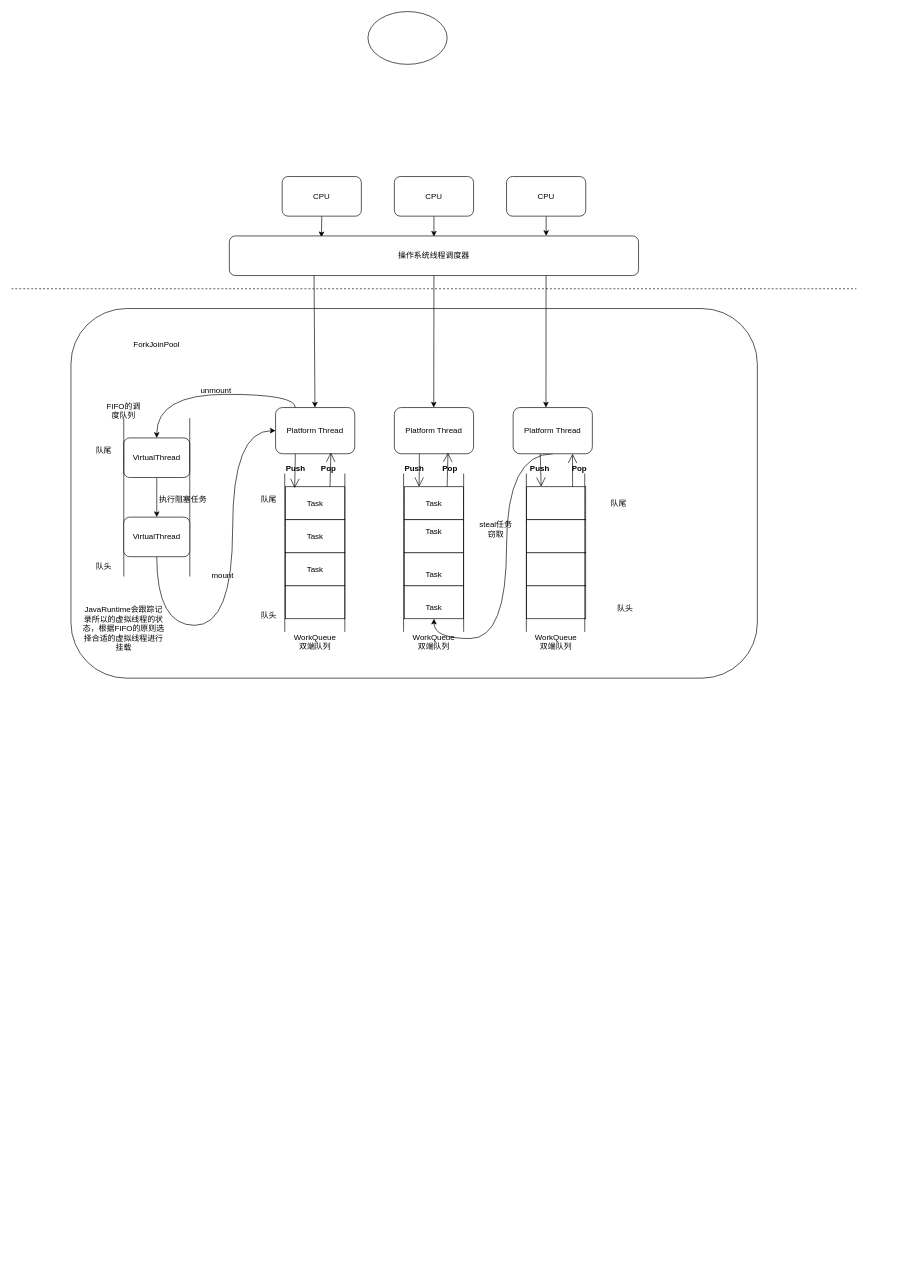
This is 高级/Java中的协程-虚拟线程.drawio from Chaimek/LearnPictures, a draw.io file, before an edit. Source tidied: cells renumbered, new cells numbered last; positions are measured from the earlier drawing's top-left corner, leaving out a move shared by most shapes. Both pictures are drawn from the tidied source at 66%, with x=0, y=0 at pixel (11, 11).
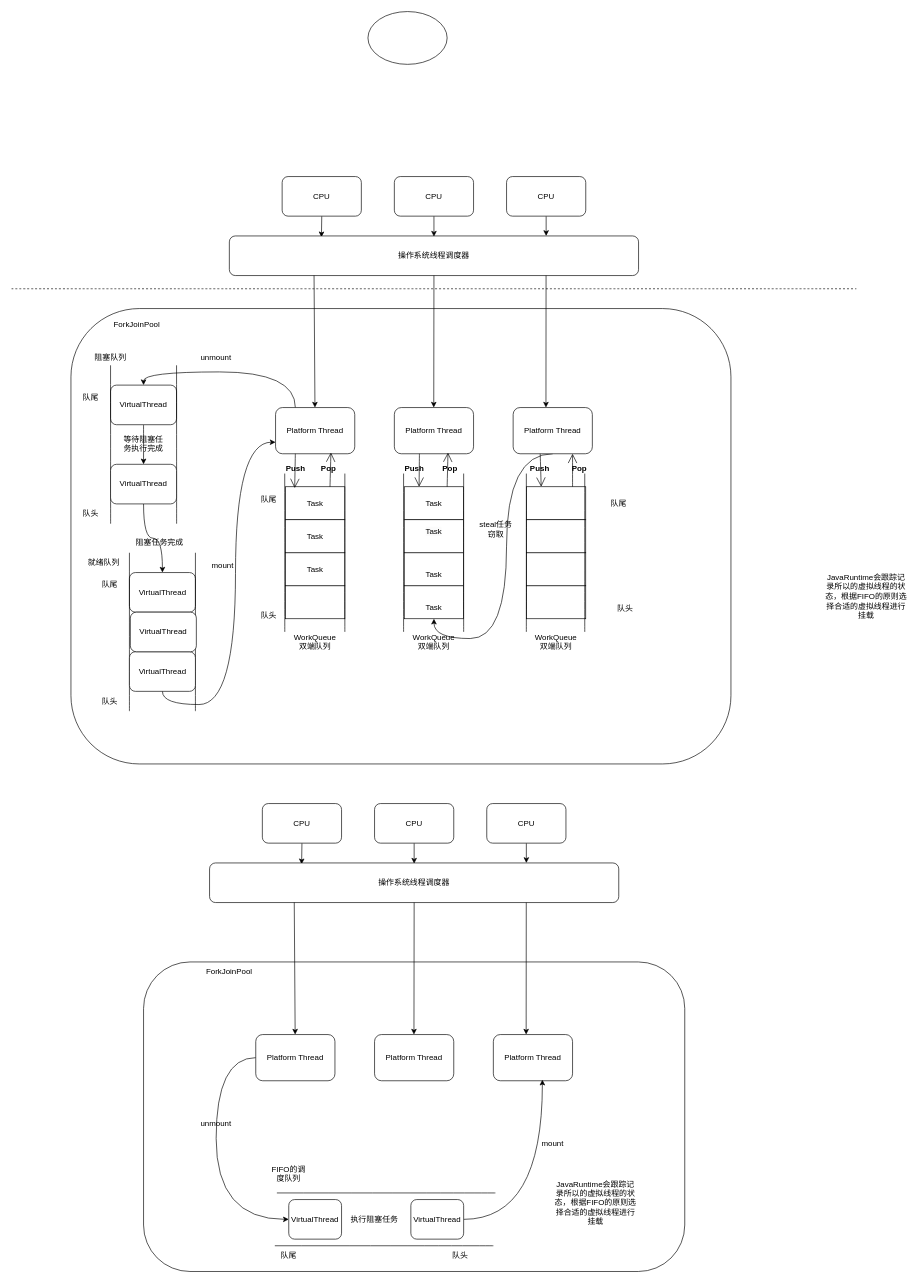
The same diagram, later.

Commit message:
更新Java中的协程-虚拟线程.drawio

The change refers to these unchanged cells:
```xml
<mxCell id="11" value="Platform Thread" style="rounded=1;whiteSpace=wrap;html=1;" parent="1" vertex="1">
  <mxGeometry x="400" y="600" width="120" height="70" as="geometry" />
</mxCell>
```

Diff of the diagram source:
```diff
@@
     <mxCell id="9" style="rounded=1;whiteSpace=wrap;html=1;" parent="1" vertex="1">
-      <mxGeometry x="90" y="450" width="1040" height="560" as="geometry" />
+      <mxGeometry x="90" y="450" width="1000" height="690" as="geometry" />
     </mxCell>
@@
     <mxCell id="30" value="ForkJoinPool" style="text;html=1;strokeColor=none;fillColor=none;align=center;verticalAlign=middle;whiteSpace=wrap;rounded=0;" parent="1" vertex="1">
-      <mxGeometry x="190" y="490" width="60" height="30" as="geometry" />
+      <mxGeometry x="160" y="460" width="60" height="30" as="geometry" />
     </mxCell>
@@
     <mxCell id="56" value="VirtualThread" style="rounded=1;whiteSpace=wrap;html=1;" parent="1" vertex="1">
-      <mxGeometry x="170" y="646" width="100" height="60" as="geometry" />
+      <mxGeometry x="150" y="566" width="100" height="60" as="geometry" />
     </mxCell>
     <mxCell id="57" style="endArrow=none;html=1;rounded=0;curved=1;" parent="1" edge="1">
       <mxGeometry relative="1" as="geometry">
-        <mxPoint x="170.1" y="856" as="sourcePoint" />
-        <mxPoint x="170" y="616" as="targetPoint" />
+        <mxPoint x="150.1" y="776" as="sourcePoint" />
+        <mxPoint x="150" y="536" as="targetPoint" />
       </mxGeometry>
     </mxCell>
     <mxCell id="58" style="endArrow=none;html=1;rounded=0;curved=1;" parent="1" edge="1">
       <mxGeometry relative="1" as="geometry">
-        <mxPoint x="270.1" y="856" as="sourcePoint" />
-        <mxPoint x="270" y="616" as="targetPoint" />
+        <mxPoint x="250.1" y="776" as="sourcePoint" />
+        <mxPoint x="250" y="536" as="targetPoint" />
       </mxGeometry>
     </mxCell>
-    <mxCell id="59" style="edgeStyle=orthogonalEdgeStyle;curved=1;rounded=0;jettySize=auto;html=1;exitX=0.5;exitY=1;exitDx=0;exitDy=0;entryX=0;entryY=0.5;entryDx=0;entryDy=0;" parent="1" edge="1" source="60" target="11">
-      <mxGeometry relative="1" as="geometry">
-        <Array as="points">
-          <mxPoint x="220" y="930" />
-          <mxPoint x="335" y="930" />
-          <mxPoint x="335" y="635" />
-        </Array>
-      </mxGeometry>
-    </mxCell>
+    <mxCell id="72" style="edgeStyle=orthogonalEdgeStyle;curved=1;rounded=0;jettySize=auto;html=1;exitX=0.5;exitY=1;exitDx=0;exitDy=0;entryX=0.5;entryY=0;entryDx=0;entryDy=0;" parent="1" edge="1" source="60" target="101">
+      <mxGeometry relative="1" as="geometry" />
+    </mxCell>
     <mxCell id="60" value="VirtualThread" style="rounded=1;whiteSpace=wrap;html=1;" parent="1" vertex="1">
-      <mxGeometry x="170" y="766" width="100" height="60" as="geometry" />
+      <mxGeometry x="150" y="686" width="100" height="60" as="geometry" />
     </mxCell>
-    <mxCell id="61" value="FIFO的调度队列" style="text;html=1;strokeColor=none;fillColor=none;align=center;verticalAlign=middle;whiteSpace=wrap;rounded=0;" parent="1" vertex="1">
-      <mxGeometry x="140" y="590" width="60" height="30" as="geometry" />
+    <mxCell id="61" value="阻塞队列" style="text;html=1;strokeColor=none;fillColor=none;align=center;verticalAlign=middle;whiteSpace=wrap;rounded=0;" parent="1" vertex="1">
+      <mxGeometry x="120" y="510" width="60" height="30" as="geometry" />
     </mxCell>
     <mxCell id="62" value="mount" style="text;html=1;strokeColor=none;fillColor=none;align=center;verticalAlign=middle;whiteSpace=wrap;rounded=0;" parent="1" vertex="1">
-      <mxGeometry x="290" y="840" width="60" height="30" as="geometry" />
+      <mxGeometry x="290" y="824" width="60" height="30" as="geometry" />
     </mxCell>
     <mxCell id="63" value="unmount" style="text;html=1;strokeColor=none;fillColor=none;align=center;verticalAlign=middle;whiteSpace=wrap;rounded=0;" parent="1" vertex="1">
-      <mxGeometry x="280" y="560" width="60" height="30" as="geometry" />
+      <mxGeometry x="280" y="510" width="60" height="30" as="geometry" />
     </mxCell>
     <mxCell id="64" value="队头" style="text;html=1;strokeColor=none;fillColor=none;align=center;verticalAlign=middle;whiteSpace=wrap;rounded=0;" parent="1" vertex="1">
-      <mxGeometry x="110" y="826" width="60" height="30" as="geometry" />
+      <mxGeometry x="90" y="746" width="60" height="30" as="geometry" />
     </mxCell>
     <mxCell id="65" value="队尾" style="text;html=1;strokeColor=none;fillColor=none;align=center;verticalAlign=middle;whiteSpace=wrap;rounded=0;" parent="1" vertex="1">
-      <mxGeometry x="110" y="650" width="60" height="30" as="geometry" />
+      <mxGeometry x="90" y="570" width="60" height="30" as="geometry" />
     </mxCell>
-    <mxCell id="66" value="执行阻塞任务" style="text;html=1;strokeColor=none;fillColor=none;align=center;verticalAlign=middle;whiteSpace=wrap;rounded=0;" parent="1" vertex="1">
-      <mxGeometry x="210" y="725" width="100" height="30" as="geometry" />
+    <mxCell id="66" value="等待阻塞任&lt;br&gt;务执行完成" style="text;html=1;strokeColor=none;fillColor=none;align=center;verticalAlign=middle;whiteSpace=wrap;rounded=0;" parent="1" vertex="1">
+      <mxGeometry x="150" y="640" width="100" height="30" as="geometry" />
     </mxCell>
     <mxCell id="67" value="JavaRuntime会跟踪记录所以的虚拟线程的状态，根据FIFO的原则选择合适的虚拟线程进行挂载" style="text;html=1;strokeColor=none;fillColor=none;align=center;verticalAlign=middle;whiteSpace=wrap;rounded=0;" parent="1" vertex="1">
-      <mxGeometry x="105" y="920" width="130" height="30" as="geometry" />
+      <mxGeometry x="1230" y="871" width="130" height="30" as="geometry" />
     </mxCell>
@@
+    <mxCell id="73" style="edgeStyle=orthogonalEdgeStyle;rounded=0;jettySize=auto;html=1;exitX=0.5;exitY=1;exitDx=0;exitDy=0;entryX=0.225;entryY=0.033;entryDx=0;entryDy=0;entryPerimeter=0;" parent="1" edge="1" source="74" target="75">
+      <mxGeometry relative="1" as="geometry" />
+    </mxCell>
+    <mxCell id="74" value="CPU" style="rounded=1;whiteSpace=wrap;html=1;" parent="1" vertex="1">
+      <mxGeometry x="380" y="1200" width="120" height="60" as="geometry" />
+    </mxCell>
+    <mxCell id="75" value="操作系统线程调度器" style="rounded=1;whiteSpace=wrap;html=1;" parent="1" vertex="1">
+      <mxGeometry x="300" y="1290" width="620" height="60" as="geometry" />
+    </mxCell>
+    <mxCell id="76" style="edgeStyle=orthogonalEdgeStyle;rounded=0;jettySize=auto;html=1;exitX=0.5;exitY=1;exitDx=0;exitDy=0;" parent="1" edge="1" source="77">
+      <mxGeometry relative="1" as="geometry">
+        <mxPoint x="610" y="1291" as="targetPoint" />
+      </mxGeometry>
+    </mxCell>
+    <mxCell id="77" value="CPU" style="rounded=1;whiteSpace=wrap;html=1;" parent="1" vertex="1">
+      <mxGeometry x="550" y="1200" width="120" height="60" as="geometry" />
+    </mxCell>
+    <mxCell id="78" style="edgeStyle=orthogonalEdgeStyle;rounded=0;jettySize=auto;html=1;exitX=0.5;exitY=1;exitDx=0;exitDy=0;" parent="1" edge="1" source="79">
+      <mxGeometry relative="1" as="geometry">
+        <mxPoint x="780" y="1290" as="targetPoint" />
+      </mxGeometry>
+    </mxCell>
+    <mxCell id="79" value="CPU" style="rounded=1;whiteSpace=wrap;html=1;" parent="1" vertex="1">
+      <mxGeometry x="720" y="1200" width="120" height="60" as="geometry" />
+    </mxCell>
+    <mxCell id="80" style="rounded=1;whiteSpace=wrap;html=1;" parent="1" vertex="1">
+      <mxGeometry x="200" y="1440" width="820" height="469" as="geometry" />
+    </mxCell>
+    <mxCell id="81" style="edgeStyle=orthogonalEdgeStyle;curved=1;rounded=0;jettySize=auto;html=1;exitX=0;exitY=0.5;exitDx=0;exitDy=0;entryX=0;entryY=0.5;entryDx=0;entryDy=0;" parent="1" edge="1" source="82" target="89">
+      <mxGeometry relative="1" as="geometry">
+        <Array as="points">
+          <mxPoint x="310" y="1585" />
+          <mxPoint x="310" y="1830" />
+        </Array>
+      </mxGeometry>
+    </mxCell>
+    <mxCell id="82" value="Platform Thread" style="rounded=1;whiteSpace=wrap;html=1;" parent="1" vertex="1">
+      <mxGeometry x="370" y="1550" width="120" height="70" as="geometry" />
+    </mxCell>
+    <mxCell id="83" value="Platform Thread" style="rounded=1;whiteSpace=wrap;html=1;" parent="1" vertex="1">
+      <mxGeometry x="730" y="1550" width="120" height="70" as="geometry" />
+    </mxCell>
+    <mxCell id="84" value="Platform Thread" style="rounded=1;whiteSpace=wrap;html=1;" parent="1" vertex="1">
+      <mxGeometry x="550" y="1550" width="120" height="70" as="geometry" />
+    </mxCell>
+    <mxCell id="85" style="endArrow=classic;html=1;rounded=0;exitX=0.774;exitY=1;exitDx=0;exitDy=0;exitPerimeter=0;" parent="1" edge="1" source="75">
+      <mxGeometry relative="1" as="geometry">
+        <mxPoint x="779.7" y="1550" as="targetPoint" />
+      </mxGeometry>
+    </mxCell>
+    <mxCell id="86" style="endArrow=classic;html=1;rounded=0;exitX=0.5;exitY=1;exitDx=0;exitDy=0;" parent="1" edge="1" source="75">
+      <mxGeometry relative="1" as="geometry">
+        <mxPoint x="609.7" y="1550" as="targetPoint" />
+      </mxGeometry>
+    </mxCell>
+    <mxCell id="87" style="endArrow=classic;html=1;rounded=0;exitX=0.207;exitY=0.997;exitDx=0;exitDy=0;exitPerimeter=0;" parent="1" edge="1" source="75">
+      <mxGeometry relative="1" as="geometry">
+        <mxPoint x="429.7" y="1550" as="targetPoint" />
+      </mxGeometry>
+    </mxCell>
+    <mxCell id="88" value="ForkJoinPool" style="text;html=1;strokeColor=none;fillColor=none;align=center;verticalAlign=middle;whiteSpace=wrap;rounded=0;" parent="1" vertex="1">
+      <mxGeometry x="300" y="1440" width="60" height="30" as="geometry" />
+    </mxCell>
+    <mxCell id="89" value="VirtualThread" style="rounded=1;whiteSpace=wrap;html=1;" parent="1" vertex="1">
+      <mxGeometry x="420" y="1800" width="80" height="60" as="geometry" />
+    </mxCell>
+    <mxCell id="90" style="endArrow=none;html=1;rounded=0;curved=1;" parent="1" edge="1">
+      <mxGeometry relative="1" as="geometry">
+        <mxPoint x="730" y="1870" as="sourcePoint" />
+        <mxPoint x="398.9" y="1870" as="targetPoint" />
+      </mxGeometry>
+    </mxCell>
+    <mxCell id="91" value="FIFO的调度队列" style="text;html=1;strokeColor=none;fillColor=none;align=center;verticalAlign=middle;whiteSpace=wrap;rounded=0;" parent="1" vertex="1">
+      <mxGeometry x="390" y="1746" width="60" height="30" as="geometry" />
+    </mxCell>
+    <mxCell id="92" value="mount" style="text;html=1;strokeColor=none;fillColor=none;align=center;verticalAlign=middle;whiteSpace=wrap;rounded=0;" parent="1" vertex="1">
+      <mxGeometry x="790" y="1700" width="60" height="30" as="geometry" />
+    </mxCell>
+    <mxCell id="93" value="unmount" style="text;html=1;strokeColor=none;fillColor=none;align=center;verticalAlign=middle;whiteSpace=wrap;rounded=0;" parent="1" vertex="1">
+      <mxGeometry x="280" y="1670" width="60" height="30" as="geometry" />
+    </mxCell>
+    <mxCell id="94" value="队头" style="text;html=1;strokeColor=none;fillColor=none;align=center;verticalAlign=middle;whiteSpace=wrap;rounded=0;" parent="1" vertex="1">
+      <mxGeometry x="650" y="1870" width="60" height="30" as="geometry" />
+    </mxCell>
+    <mxCell id="95" value="队尾" style="text;html=1;strokeColor=none;fillColor=none;align=center;verticalAlign=middle;whiteSpace=wrap;rounded=0;" parent="1" vertex="1">
+      <mxGeometry x="390" y="1870" width="60" height="30" as="geometry" />
+    </mxCell>
+    <mxCell id="96" value="执行阻塞任务" style="text;html=1;strokeColor=none;fillColor=none;align=center;verticalAlign=middle;whiteSpace=wrap;rounded=0;" parent="1" vertex="1">
+      <mxGeometry x="500" y="1815" width="100" height="30" as="geometry" />
+    </mxCell>
+    <mxCell id="97" value="JavaRuntime会跟踪记录所以的虚拟线程的状态，根据FIFO的原则选择合适的虚拟线程进行挂载" style="text;html=1;strokeColor=none;fillColor=none;align=center;verticalAlign=middle;whiteSpace=wrap;rounded=0;" parent="1" vertex="1">
+      <mxGeometry x="820" y="1790" width="130" height="30" as="geometry" />
+    </mxCell>
+    <mxCell id="98" style="endArrow=none;html=1;rounded=0;curved=1;" parent="1" edge="1">
+      <mxGeometry relative="1" as="geometry">
+        <mxPoint x="733.1" y="1790" as="sourcePoint" />
+        <mxPoint x="402" y="1790" as="targetPoint" />
+      </mxGeometry>
+    </mxCell>
+    <mxCell id="99" style="edgeStyle=orthogonalEdgeStyle;curved=1;rounded=0;jettySize=auto;html=1;exitX=1;exitY=0.5;exitDx=0;exitDy=0;entryX=0.619;entryY=0.978;entryDx=0;entryDy=0;entryPerimeter=0;" parent="1" edge="1" source="100" target="83">
+      <mxGeometry relative="1" as="geometry" />
+    </mxCell>
+    <mxCell id="100" value="VirtualThread" style="rounded=1;whiteSpace=wrap;html=1;" parent="1" vertex="1">
+      <mxGeometry x="605" y="1800" width="80" height="60" as="geometry" />
+    </mxCell>
+    <mxCell id="101" value="VirtualThread" style="rounded=1;whiteSpace=wrap;html=1;" parent="1" vertex="1">
+      <mxGeometry x="178.6" y="850" width="100" height="60" as="geometry" />
+    </mxCell>
+    <mxCell id="102" style="endArrow=none;html=1;rounded=0;curved=1;" parent="1" edge="1">
+      <mxGeometry relative="1" as="geometry">
+        <mxPoint x="178.6" y="1060" as="sourcePoint" />
+        <mxPoint x="178.6" y="820" as="targetPoint" />
+      </mxGeometry>
+    </mxCell>
+    <mxCell id="103" style="endArrow=none;html=1;rounded=0;curved=1;" parent="1" edge="1">
+      <mxGeometry relative="1" as="geometry">
+        <mxPoint x="278.6" y="1060" as="sourcePoint" />
+        <mxPoint x="278.6" y="820" as="targetPoint" />
+      </mxGeometry>
+    </mxCell>
+    <mxCell id="104" style="edgeStyle=orthogonalEdgeStyle;curved=1;rounded=0;jettySize=auto;html=1;exitX=0.5;exitY=1;exitDx=0;exitDy=0;entryX=0;entryY=0.75;entryDx=0;entryDy=0;" parent="1" edge="1" source="105" target="11">
+      <mxGeometry relative="1" as="geometry" />
+    </mxCell>
+    <mxCell id="105" value="VirtualThread" style="rounded=1;whiteSpace=wrap;html=1;" parent="1" vertex="1">
+      <mxGeometry x="178.6" y="970" width="100" height="60" as="geometry" />
+    </mxCell>
+    <mxCell id="106" value="队头" style="text;html=1;strokeColor=none;fillColor=none;align=center;verticalAlign=middle;whiteSpace=wrap;rounded=0;" parent="1" vertex="1">
+      <mxGeometry x="118.6" y="1030" width="60" height="30" as="geometry" />
+    </mxCell>
+    <mxCell id="107" value="队尾" style="text;html=1;strokeColor=none;fillColor=none;align=center;verticalAlign=middle;whiteSpace=wrap;rounded=0;" parent="1" vertex="1">
+      <mxGeometry x="118.6" y="854" width="60" height="30" as="geometry" />
+    </mxCell>
+    <mxCell id="108" value="VirtualThread" style="rounded=1;whiteSpace=wrap;html=1;" parent="1" vertex="1">
+      <mxGeometry x="180" y="910" width="100" height="60" as="geometry" />
+    </mxCell>
+    <mxCell id="109" value="就绪队列" style="text;html=1;strokeColor=none;fillColor=none;align=center;verticalAlign=middle;whiteSpace=wrap;rounded=0;" parent="1" vertex="1">
+      <mxGeometry x="110" y="820" width="60" height="30" as="geometry" />
+    </mxCell>
+    <mxCell id="110" value="阻塞任务完成" style="text;html=1;strokeColor=none;fillColor=none;align=center;verticalAlign=middle;whiteSpace=wrap;rounded=0;" parent="1" vertex="1">
+      <mxGeometry x="159" y="790" width="131" height="30" as="geometry" />
+    </mxCell>
```
